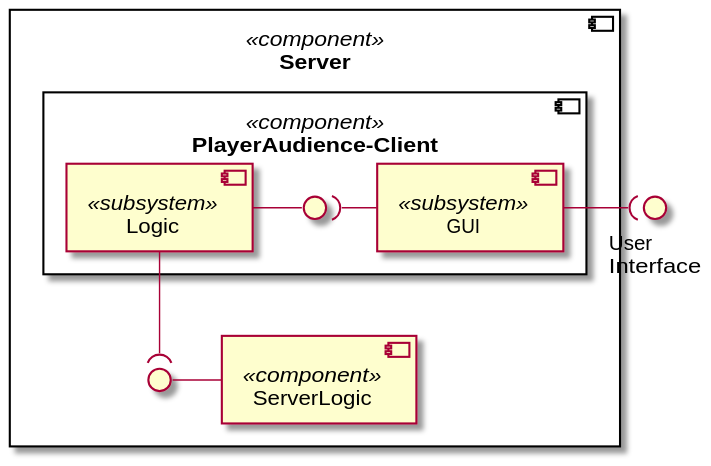
The PlantUML diagram Docs/Technical Specifications/docs/diagrams/ComponentDiagrams/PlayerAudienceClientComponentDiagram.svg in Brotenko/QualityQuest, before a commit.
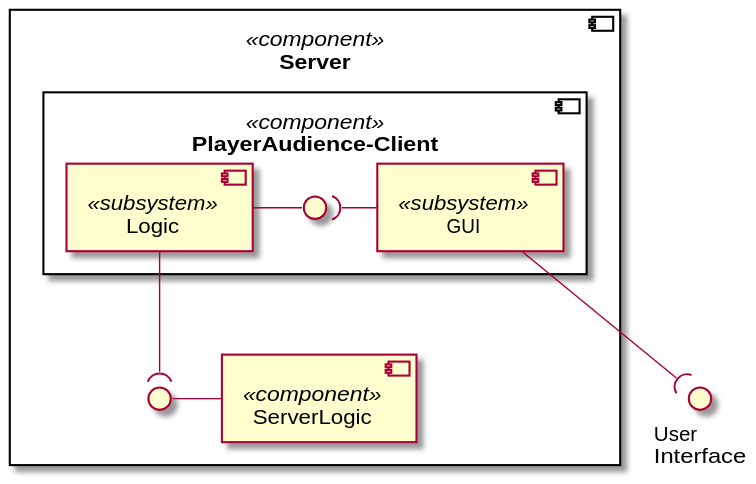
The same diagram one commit later.

Commit message:
optimized placement in pa component diagram

Diff of the diagram source:
```diff
@@ -14,9 +14,9 @@
 
 
 }
-ui )-left- GUI
+ui )-up- GUI
 empty -left- Logic
-GUI -left( empty
+GUI -left-( empty
 Logic -down-( api
 api -server
 @enduml
```
